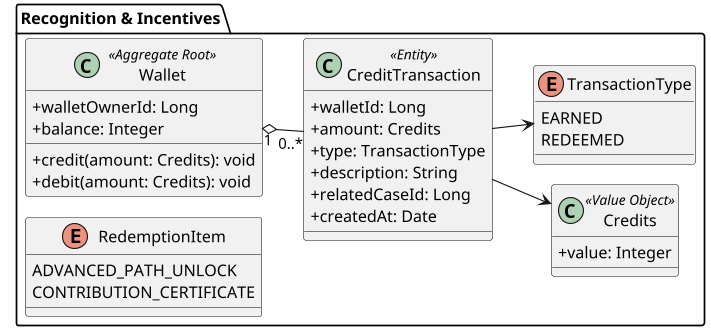
The PlantUML diagram images-doc/class-wallet-incentives-mobile.png in Aplicaciones-Dispositivos-Moviles/SkillSwap-ProjectReport, before a commit. Its diagram source:
```plantuml
@startuml class-wallet-incentives-mobile
!pragma layout smetana
skinparam classAttributeIconSize 0
skinparam packageStyle folder
skinparam dpi 110
left to right direction

package "Recognition & Incentives" {
    class Wallet <<Aggregate Root>> {
        +walletOwnerId: Long
        +balance: Integer
        +credit(amount: Credits): void
        +debit(amount: Credits): void
    }

    class CreditTransaction <<Entity>> {
        +walletId: Long
        +amount: Credits
        +type: TransactionType
        +description: String
        +relatedCaseId: Long
        +createdAt: Date
    }

    class Credits <<Value Object>> {
        +value: Integer
    }

    enum TransactionType {
        EARNED
        REDEEMED
    }

    enum RedemptionItem {
        ADVANCED_PATH_UNLOCK
        CONTRIBUTION_CERTIFICATE
    }

    Wallet "1" o-- "0..*" CreditTransaction
    CreditTransaction --> Credits
    CreditTransaction --> TransactionType
}
@enduml
```
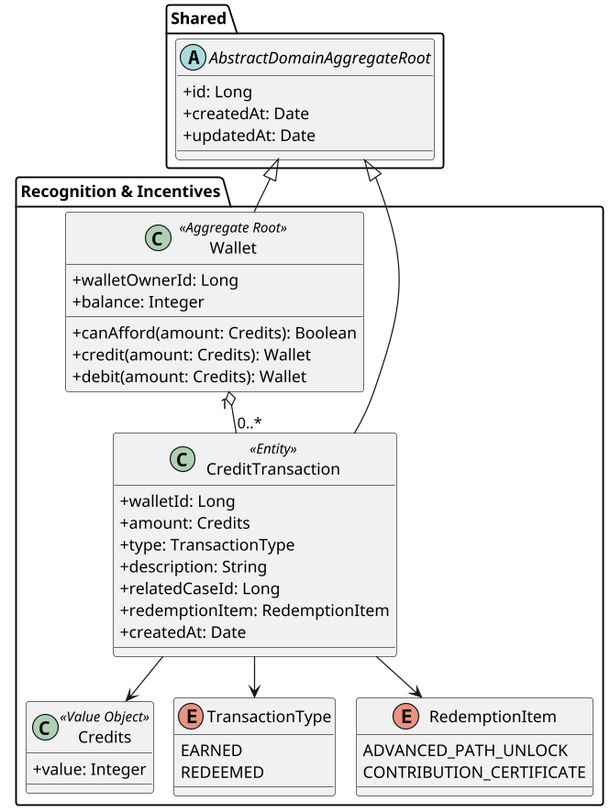
Later version of the same file.

Diff of the diagram source:
```diff
@@ -2,15 +2,22 @@
 !pragma layout smetana
 skinparam classAttributeIconSize 0
 skinparam packageStyle folder
-skinparam dpi 110
-left to right direction
-
+skinparam dpi 120
+skinparam shadowing false
+package "Shared" {
+    abstract class AbstractDomainAggregateRoot {
+        +id: Long
+        +createdAt: Date
+        +updatedAt: Date
+    }
+}
 package "Recognition & Incentives" {
     class Wallet <<Aggregate Root>> {
         +walletOwnerId: Long
         +balance: Integer
-        +credit(amount: Credits): void
-        +debit(amount: Credits): void
+        +canAfford(amount: Credits): Boolean
+        +credit(amount: Credits): Wallet
+        +debit(amount: Credits): Wallet
     }
 
     class CreditTransaction <<Entity>> {
@@ -19,6 +26,7 @@
         +type: TransactionType
         +description: String
         +relatedCaseId: Long
+        +redemptionItem: RedemptionItem
         +createdAt: Date
     }
 
@@ -39,5 +47,8 @@
     Wallet "1" o-- "0..*" CreditTransaction
     CreditTransaction --> Credits
     CreditTransaction --> TransactionType
+    CreditTransaction --> RedemptionItem
 }
+Wallet -up-|> AbstractDomainAggregateRoot
+CreditTransaction -up-|> AbstractDomainAggregateRoot
 @enduml
```
